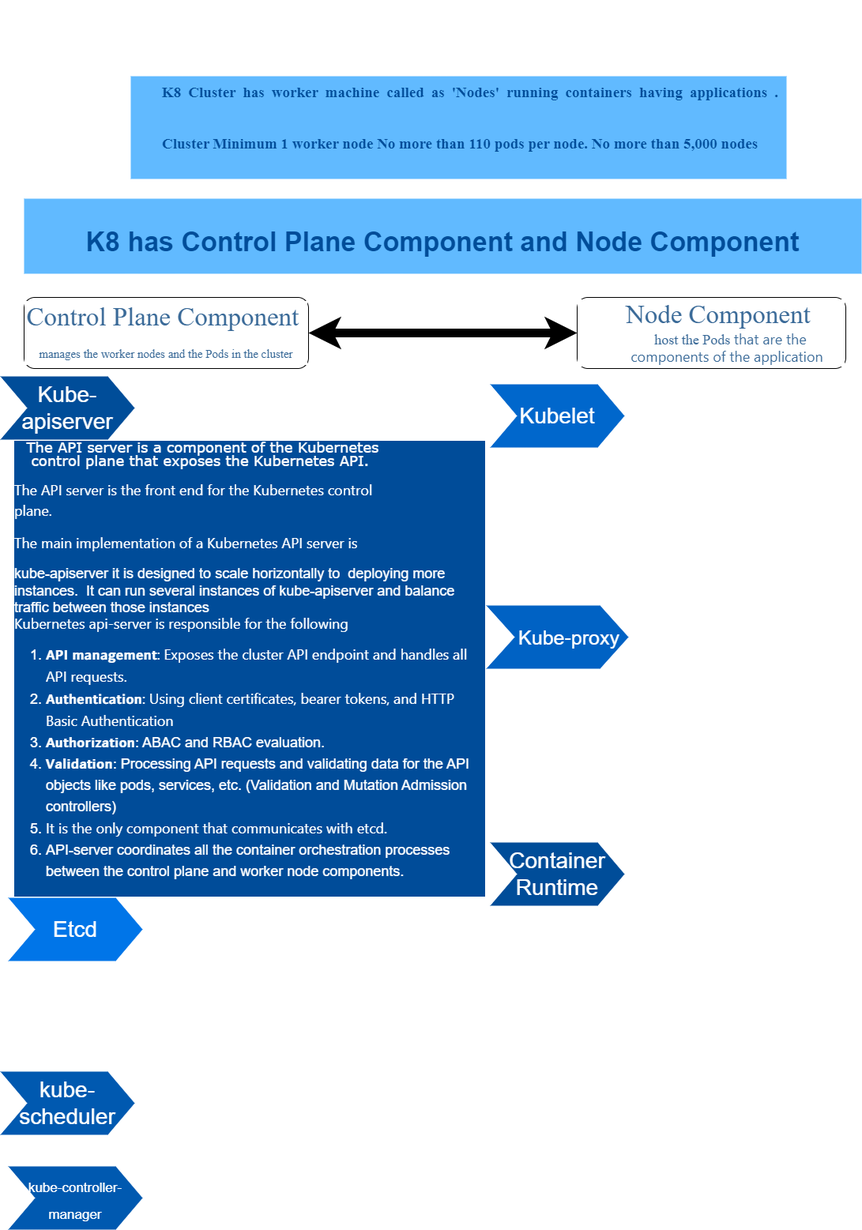
Above: k8 components.drawio.png in zagianp/website1 (draw.io), before the change. Source tidied: cells renumbered, new cells last; positions are measured from the earlier drawing's top-left corner, leaving out a move shared by most shapes.
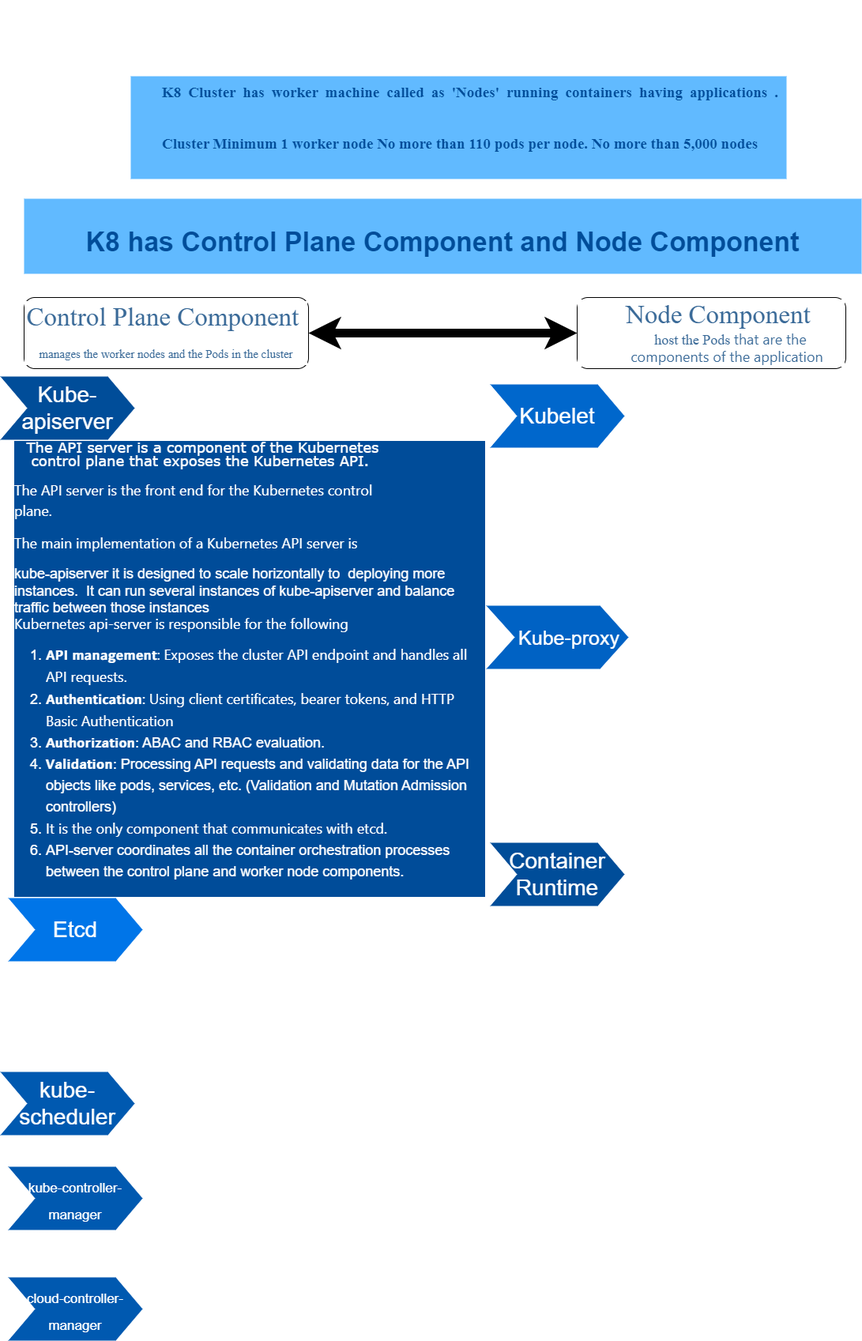
Above is the later version.

Change to the diagram source:
```diff
@@ -41,5 +41,8 @@
     <mxCell id="14" value="&lt;font style=&quot;font-size: 17px;&quot;&gt;kube-controller-manager&lt;/font&gt;" style="shape=step;whiteSpace=wrap;html=1;fontSize=28;fillColor=#0059B0;fontColor=#FFFFFF;strokeColor=none;" parent="1" vertex="1">
       <mxGeometry x="10" y="1380" width="170" height="80" as="geometry" />
     </mxCell>
+    <mxCell id="15" value="&lt;font style=&quot;font-size: 17px;&quot;&gt;cloud-controller-manager&lt;/font&gt;" style="shape=step;whiteSpace=wrap;html=1;fontSize=28;fillColor=#0059B0;fontColor=#FFFFFF;strokeColor=none;" parent="1" vertex="1">
+      <mxGeometry x="10" y="1520" width="170" height="80" as="geometry" />
+    </mxCell>
   </root>
 </mxGraphModel>
```
